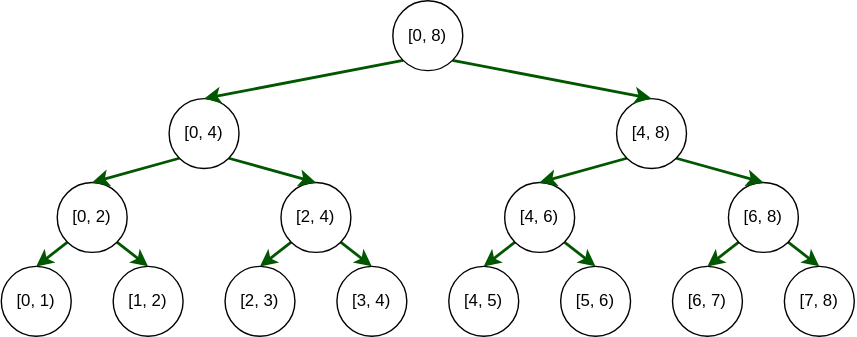
Earlier version of the draw.io export segment_tree/sg1.svg (kolychestiy/olymp). Source tidied: cells renumbered, new cells last; positions are measured from the earlier drawing's top-left corner, leaving out a move shared by most shapes.
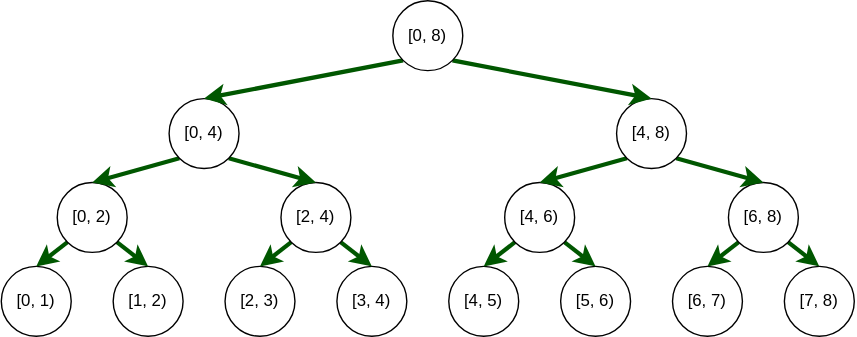
The same file after the commit.

Diff of the diagram source:
```diff
@@ -8,10 +8,10 @@
     <mxCell id="3" value="[1, 2)" style="ellipse;whiteSpace=wrap;html=1;strokeColor=default;" parent="1" vertex="1">
       <mxGeometry x="80" y="190" width="50" height="50" as="geometry" />
     </mxCell>
-    <mxCell id="4" style="edgeStyle=none;html=1;exitX=0;exitY=1;exitDx=0;exitDy=0;entryX=0.5;entryY=0;entryDx=0;entryDy=0;strokeColor=#005700;fillColor=#008a00;strokeWidth=2;" parent="1" edge="1" source="6" target="2">
+    <mxCell id="4" style="edgeStyle=none;html=1;exitX=0;exitY=1;exitDx=0;exitDy=0;entryX=0.5;entryY=0;entryDx=0;entryDy=0;strokeColor=#005700;fillColor=#008a00;strokeWidth=3;" parent="1" edge="1" source="6" target="2">
       <mxGeometry relative="1" as="geometry" />
     </mxCell>
-    <mxCell id="5" style="edgeStyle=none;html=1;exitX=1;exitY=1;exitDx=0;exitDy=0;entryX=0.5;entryY=0;entryDx=0;entryDy=0;strokeColor=#005700;fillColor=#008a00;strokeWidth=2;" parent="1" edge="1" source="6" target="3">
+    <mxCell id="5" style="edgeStyle=none;html=1;exitX=1;exitY=1;exitDx=0;exitDy=0;entryX=0.5;entryY=0;entryDx=0;entryDy=0;strokeColor=#005700;fillColor=#008a00;strokeWidth=3;" parent="1" edge="1" source="6" target="3">
       <mxGeometry relative="1" as="geometry" />
     </mxCell>
     <mxCell id="6" value="[0, 2)" style="ellipse;whiteSpace=wrap;html=1;strokeColor=default;" parent="1" vertex="1">
@@ -23,19 +23,19 @@
     <mxCell id="8" value="[3, 4)" style="ellipse;whiteSpace=wrap;html=1;strokeColor=default;" parent="1" vertex="1">
       <mxGeometry x="240" y="190" width="50" height="50" as="geometry" />
     </mxCell>
-    <mxCell id="9" style="edgeStyle=none;html=1;exitX=0;exitY=1;exitDx=0;exitDy=0;entryX=0.5;entryY=0;entryDx=0;entryDy=0;strokeColor=#005700;fillColor=#008a00;strokeWidth=2;" parent="1" edge="1" source="11" target="7">
+    <mxCell id="9" style="edgeStyle=none;html=1;exitX=0;exitY=1;exitDx=0;exitDy=0;entryX=0.5;entryY=0;entryDx=0;entryDy=0;strokeColor=#005700;fillColor=#008a00;strokeWidth=3;" parent="1" edge="1" source="11" target="7">
       <mxGeometry relative="1" as="geometry" />
     </mxCell>
-    <mxCell id="10" style="edgeStyle=none;html=1;exitX=1;exitY=1;exitDx=0;exitDy=0;entryX=0.5;entryY=0;entryDx=0;entryDy=0;strokeColor=#005700;fillColor=#008a00;strokeWidth=2;" parent="1" edge="1" source="11" target="8">
+    <mxCell id="10" style="edgeStyle=none;html=1;exitX=1;exitY=1;exitDx=0;exitDy=0;entryX=0.5;entryY=0;entryDx=0;entryDy=0;strokeColor=#005700;fillColor=#008a00;strokeWidth=3;" parent="1" edge="1" source="11" target="8">
       <mxGeometry relative="1" as="geometry" />
     </mxCell>
     <mxCell id="11" value="[2, 4)" style="ellipse;whiteSpace=wrap;html=1;strokeColor=default;" parent="1" vertex="1">
       <mxGeometry x="200" y="130" width="50" height="50" as="geometry" />
     </mxCell>
-    <mxCell id="12" style="edgeStyle=none;html=1;exitX=0;exitY=1;exitDx=0;exitDy=0;entryX=0.5;entryY=0;entryDx=0;entryDy=0;strokeWidth=2;strokeColor=#005700;fillColor=#008a00;" parent="1" edge="1" source="14" target="6">
+    <mxCell id="12" style="edgeStyle=none;html=1;exitX=0;exitY=1;exitDx=0;exitDy=0;entryX=0.5;entryY=0;entryDx=0;entryDy=0;strokeWidth=3;strokeColor=#005700;fillColor=#008a00;" parent="1" edge="1" source="14" target="6">
       <mxGeometry relative="1" as="geometry" />
     </mxCell>
-    <mxCell id="13" style="edgeStyle=none;html=1;exitX=1;exitY=1;exitDx=0;exitDy=0;entryX=0.5;entryY=0;entryDx=0;entryDy=0;strokeWidth=2;strokeColor=#005700;fillColor=#008a00;" parent="1" edge="1" source="14" target="11">
+    <mxCell id="13" style="edgeStyle=none;html=1;exitX=1;exitY=1;exitDx=0;exitDy=0;entryX=0.5;entryY=0;entryDx=0;entryDy=0;strokeWidth=3;strokeColor=#005700;fillColor=#008a00;" parent="1" edge="1" source="14" target="11">
       <mxGeometry relative="1" as="geometry" />
     </mxCell>
     <mxCell id="14" value="[0, 4)" style="ellipse;whiteSpace=wrap;html=1;strokeColor=default;" parent="1" vertex="1">
@@ -47,10 +47,10 @@
     <mxCell id="16" value="[5, 6)" style="ellipse;whiteSpace=wrap;html=1;strokeColor=default;" parent="1" vertex="1">
       <mxGeometry x="400" y="190" width="50" height="50" as="geometry" />
     </mxCell>
-    <mxCell id="17" style="edgeStyle=none;html=1;exitX=0;exitY=1;exitDx=0;exitDy=0;entryX=0.5;entryY=0;entryDx=0;entryDy=0;strokeColor=#005700;fillColor=#008a00;strokeWidth=2;" parent="1" edge="1" source="19" target="15">
+    <mxCell id="17" style="edgeStyle=none;html=1;exitX=0;exitY=1;exitDx=0;exitDy=0;entryX=0.5;entryY=0;entryDx=0;entryDy=0;strokeColor=#005700;fillColor=#008a00;strokeWidth=3;" parent="1" edge="1" source="19" target="15">
       <mxGeometry relative="1" as="geometry" />
     </mxCell>
-    <mxCell id="18" style="edgeStyle=none;html=1;exitX=1;exitY=1;exitDx=0;exitDy=0;entryX=0.5;entryY=0;entryDx=0;entryDy=0;strokeColor=#005700;fillColor=#008a00;strokeWidth=2;" parent="1" edge="1" source="19" target="16">
+    <mxCell id="18" style="edgeStyle=none;html=1;exitX=1;exitY=1;exitDx=0;exitDy=0;entryX=0.5;entryY=0;entryDx=0;entryDy=0;strokeColor=#005700;fillColor=#008a00;strokeWidth=3;" parent="1" edge="1" source="19" target="16">
       <mxGeometry relative="1" as="geometry" />
     </mxCell>
     <mxCell id="19" value="[4, 6)" style="ellipse;whiteSpace=wrap;html=1;strokeColor=default;" parent="1" vertex="1">
@@ -62,28 +62,28 @@
     <mxCell id="21" value="[7, 8)" style="ellipse;whiteSpace=wrap;html=1;strokeColor=default;" parent="1" vertex="1">
       <mxGeometry x="560" y="190" width="50" height="50" as="geometry" />
     </mxCell>
-    <mxCell id="22" style="edgeStyle=none;html=1;exitX=0;exitY=1;exitDx=0;exitDy=0;entryX=0.5;entryY=0;entryDx=0;entryDy=0;strokeColor=#005700;fillColor=#008a00;strokeWidth=2;" parent="1" edge="1" source="24" target="20">
+    <mxCell id="22" style="edgeStyle=none;html=1;exitX=0;exitY=1;exitDx=0;exitDy=0;entryX=0.5;entryY=0;entryDx=0;entryDy=0;strokeColor=#005700;fillColor=#008a00;strokeWidth=3;" parent="1" edge="1" source="24" target="20">
       <mxGeometry relative="1" as="geometry" />
     </mxCell>
-    <mxCell id="23" style="edgeStyle=none;html=1;exitX=1;exitY=1;exitDx=0;exitDy=0;entryX=0.5;entryY=0;entryDx=0;entryDy=0;strokeColor=#005700;fillColor=#008a00;strokeWidth=2;" parent="1" edge="1" source="24" target="21">
+    <mxCell id="23" style="edgeStyle=none;html=1;exitX=1;exitY=1;exitDx=0;exitDy=0;entryX=0.5;entryY=0;entryDx=0;entryDy=0;strokeColor=#005700;fillColor=#008a00;strokeWidth=3;" parent="1" edge="1" source="24" target="21">
       <mxGeometry relative="1" as="geometry" />
     </mxCell>
     <mxCell id="24" value="[6, 8)" style="ellipse;whiteSpace=wrap;html=1;strokeColor=default;" parent="1" vertex="1">
       <mxGeometry x="520" y="130" width="50" height="50" as="geometry" />
     </mxCell>
-    <mxCell id="25" style="edgeStyle=none;html=1;exitX=0;exitY=1;exitDx=0;exitDy=0;entryX=0.5;entryY=0;entryDx=0;entryDy=0;strokeWidth=2;strokeColor=#005700;fillColor=#008a00;" parent="1" edge="1" source="27" target="19">
+    <mxCell id="25" style="edgeStyle=none;html=1;exitX=0;exitY=1;exitDx=0;exitDy=0;entryX=0.5;entryY=0;entryDx=0;entryDy=0;strokeWidth=3;strokeColor=#005700;fillColor=#008a00;" parent="1" edge="1" source="27" target="19">
       <mxGeometry relative="1" as="geometry" />
     </mxCell>
-    <mxCell id="26" style="edgeStyle=none;html=1;exitX=1;exitY=1;exitDx=0;exitDy=0;entryX=0.5;entryY=0;entryDx=0;entryDy=0;strokeWidth=2;strokeColor=#005700;fillColor=#008a00;" parent="1" edge="1" source="27" target="24">
+    <mxCell id="26" style="edgeStyle=none;html=1;exitX=1;exitY=1;exitDx=0;exitDy=0;entryX=0.5;entryY=0;entryDx=0;entryDy=0;strokeWidth=3;strokeColor=#005700;fillColor=#008a00;" parent="1" edge="1" source="27" target="24">
       <mxGeometry relative="1" as="geometry" />
     </mxCell>
     <mxCell id="27" value="[4, 8)" style="ellipse;whiteSpace=wrap;html=1;strokeColor=default;" parent="1" vertex="1">
       <mxGeometry x="440" y="70" width="50" height="50" as="geometry" />
     </mxCell>
-    <mxCell id="28" style="edgeStyle=none;html=1;exitX=0;exitY=1;exitDx=0;exitDy=0;entryX=0.5;entryY=0;entryDx=0;entryDy=0;strokeWidth=2;strokeColor=#005700;fillColor=#008a00;" parent="1" edge="1" source="30" target="14">
+    <mxCell id="28" style="edgeStyle=none;html=1;exitX=0;exitY=1;exitDx=0;exitDy=0;entryX=0.5;entryY=0;entryDx=0;entryDy=0;strokeWidth=3;strokeColor=#005700;fillColor=#008a00;" parent="1" edge="1" source="30" target="14">
       <mxGeometry relative="1" as="geometry" />
     </mxCell>
-    <mxCell id="29" style="edgeStyle=none;html=1;exitX=1;exitY=1;exitDx=0;exitDy=0;entryX=0.5;entryY=0;entryDx=0;entryDy=0;strokeWidth=2;strokeColor=#005700;fillColor=#008a00;" parent="1" edge="1" source="30" target="27">
+    <mxCell id="29" style="edgeStyle=none;html=1;exitX=1;exitY=1;exitDx=0;exitDy=0;entryX=0.5;entryY=0;entryDx=0;entryDy=0;strokeWidth=3;strokeColor=#005700;fillColor=#008a00;" parent="1" edge="1" source="30" target="27">
       <mxGeometry relative="1" as="geometry" />
     </mxCell>
     <mxCell id="30" value="[0, 8)" style="ellipse;whiteSpace=wrap;html=1;strokeColor=default;" parent="1" vertex="1">
```
